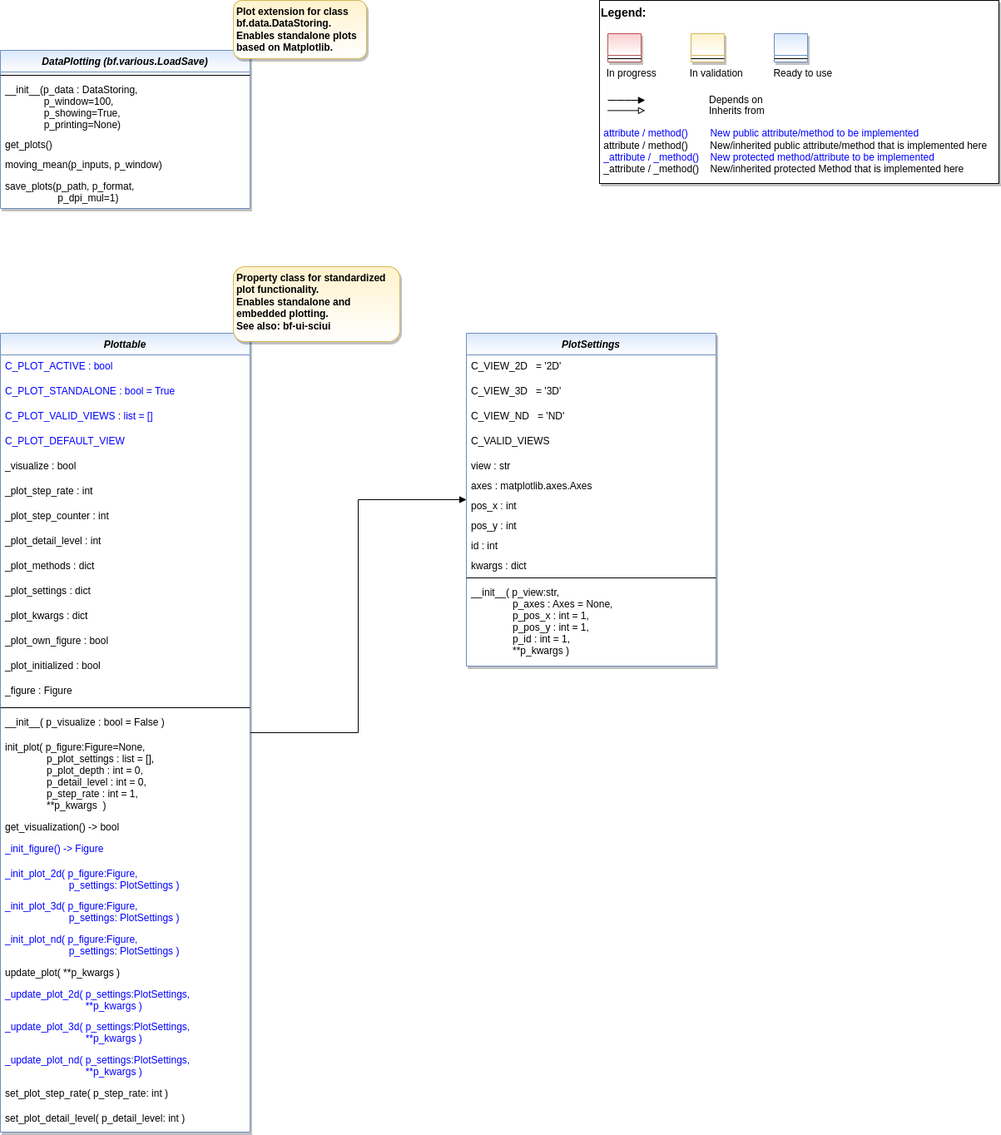
The draw.io diagram doc/rtd/content/append2/core/images/bf/MLPro-BF-Plot_class_diagram.drawio.png in fhswf/MLPro, before a commit. Source tidied: cells renumbered, new cells last; positions are measured from the earlier drawing's top-left corner, leaving out a move shared by most shapes.
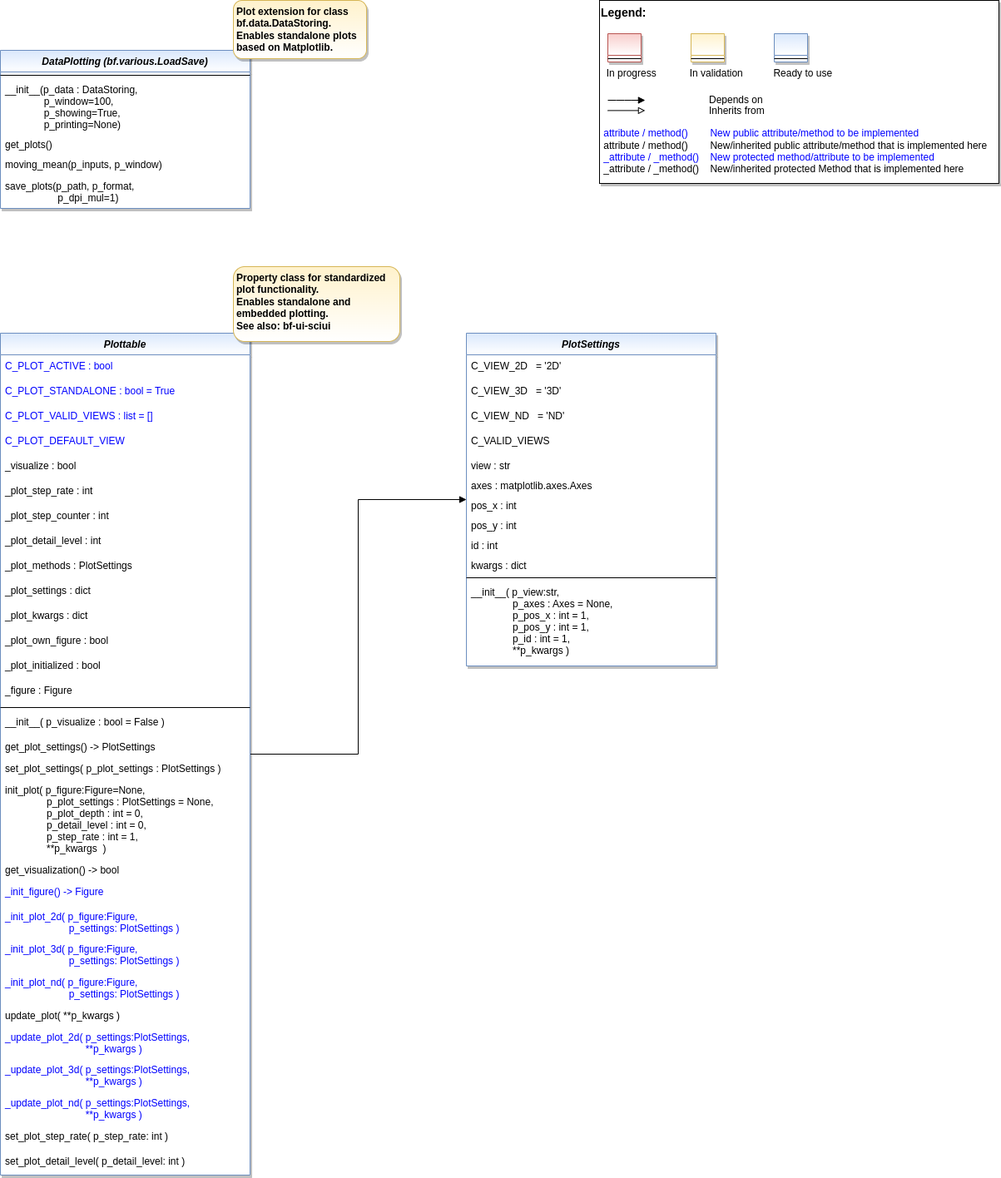
After the change.

The edit, as a diff of the source:
```diff
@@ -6,7 +6,7 @@
       <mxGeometry relative="1" as="geometry" />
     </mxCell>
     <mxCell id="3" value="Plottable" style="swimlane;fontStyle=3;align=center;verticalAlign=top;horizontal=1;startSize=26;rounded=0;shadow=1;strokeWidth=1;fillColor=#dae8fc;strokeColor=#6c8ebf;swimlaneFillColor=#FFFFFF;gradientColor=#FFFFFF;" parent="1" vertex="1">
-      <mxGeometry y="400" width="300" height="960" as="geometry" />
+      <mxGeometry y="400" width="300" height="1012" as="geometry" />
     </mxCell>
     <mxCell id="4" value="C_PLOT_ACTIVE : bool " style="text;align=left;verticalAlign=top;spacingLeft=4;spacingRight=4;overflow=hidden;fontColor=#0000FF;" parent="3" vertex="1">
       <mxGeometry y="26" width="300" height="30" as="geometry" />
@@ -32,7 +32,7 @@
     <mxCell id="11" value="_plot_detail_level : int" style="text;align=left;verticalAlign=top;spacingLeft=4;spacingRight=4;overflow=hidden;fontColor=default;" parent="3" vertex="1">
       <mxGeometry y="236" width="300" height="30" as="geometry" />
     </mxCell>
-    <mxCell id="12" value="_plot_methods : dict" style="text;align=left;verticalAlign=top;spacingLeft=4;spacingRight=4;overflow=hidden;fontColor=default;" parent="3" vertex="1">
+    <mxCell id="12" value="_plot_methods : PlotSettings" style="text;align=left;verticalAlign=top;spacingLeft=4;spacingRight=4;overflow=hidden;fontColor=default;" parent="3" vertex="1">
       <mxGeometry y="266" width="300" height="30" as="geometry" />
     </mxCell>
     <mxCell id="13" value="_plot_settings : dict" style="text;align=left;verticalAlign=top;spacingLeft=4;spacingRight=4;overflow=hidden;fontColor=default;" parent="3" vertex="1">
@@ -56,41 +56,47 @@
     <mxCell id="19" value="__init__( p_visualize : bool = False )" style="text;align=left;verticalAlign=top;spacingLeft=4;spacingRight=4;overflow=hidden;fontColor=default;" parent="3" vertex="1">
       <mxGeometry y="454" width="300" height="30" as="geometry" />
     </mxCell>
+    <mxCell id="63" value="get_plot_settings() -&gt; PlotSettings" style="text;align=left;verticalAlign=top;spacingLeft=4;spacingRight=4;overflow=hidden;fontColor=default;" parent="3" vertex="1">
+      <mxGeometry y="484" width="300" height="26" as="geometry" />
+    </mxCell>
+    <mxCell id="64" value="set_plot_settings( p_plot_settings : PlotSettings )" style="text;align=left;verticalAlign=top;spacingLeft=4;spacingRight=4;overflow=hidden;fontColor=default;" parent="3" vertex="1">
+      <mxGeometry y="510" width="300" height="26" as="geometry" />
+    </mxCell>
-    <mxCell id="20" value="init_plot( p_figure:Figure=None, &#10;               p_plot_settings : list = [],&#10;               p_plot_depth : int = 0,&#10;               p_detail_level : int = 0,&#10;               p_step_rate : int = 1,&#10;               **p_kwargs  )" style="text;align=left;verticalAlign=top;spacingLeft=4;spacingRight=4;overflow=hidden;fontColor=default;" parent="3" vertex="1">
-      <mxGeometry y="484" width="300" height="96" as="geometry" />
+    <mxCell id="20" value="init_plot( p_figure:Figure=None, &#10;               p_plot_settings : PlotSettings = None,&#10;               p_plot_depth : int = 0,&#10;               p_detail_level : int = 0,&#10;               p_step_rate : int = 1,&#10;               **p_kwargs  )" style="text;align=left;verticalAlign=top;spacingLeft=4;spacingRight=4;overflow=hidden;fontColor=default;" parent="3" vertex="1">
+      <mxGeometry y="536" width="300" height="96" as="geometry" />
     </mxCell>
     <mxCell id="21" value="get_visualization() -&gt; bool" style="text;align=left;verticalAlign=top;spacingLeft=4;spacingRight=4;overflow=hidden;fontColor=default;" parent="3" vertex="1">
-      <mxGeometry y="580" width="300" height="26" as="geometry" />
+      <mxGeometry y="632" width="300" height="26" as="geometry" />
     </mxCell>
     <mxCell id="22" value="_init_figure() -&gt; Figure" style="text;align=left;verticalAlign=top;spacingLeft=4;spacingRight=4;overflow=hidden;fontColor=#0000FF;" parent="3" vertex="1">
-      <mxGeometry y="606" width="300" height="30" as="geometry" />
+      <mxGeometry y="658" width="300" height="30" as="geometry" />
     </mxCell>
     <mxCell id="23" value="_init_plot_2d( p_figure:Figure, &#10;                       p_settings: PlotSettings )" style="text;align=left;verticalAlign=top;spacingLeft=4;spacingRight=4;overflow=hidden;fontColor=#0000FF;" parent="3" vertex="1">
-      <mxGeometry y="636" width="300" height="39" as="geometry" />
+      <mxGeometry y="688" width="300" height="39" as="geometry" />
     </mxCell>
     <mxCell id="24" value="_init_plot_3d( p_figure:Figure, &#10;                       p_settings: PlotSettings )" style="text;align=left;verticalAlign=top;spacingLeft=4;spacingRight=4;overflow=hidden;fontColor=#0000FF;" parent="3" vertex="1">
-      <mxGeometry y="675" width="300" height="40" as="geometry" />
+      <mxGeometry y="727" width="300" height="40" as="geometry" />
     </mxCell>
     <mxCell id="25" value="_init_plot_nd( p_figure:Figure, &#10;                       p_settings: PlotSettings )" style="text;align=left;verticalAlign=top;spacingLeft=4;spacingRight=4;overflow=hidden;fontColor=#0000FF;" parent="3" vertex="1">
-      <mxGeometry y="715" width="300" height="40" as="geometry" />
+      <mxGeometry y="767" width="300" height="40" as="geometry" />
     </mxCell>
     <mxCell id="26" value="update_plot( **p_kwargs )" style="text;align=left;verticalAlign=top;spacingLeft=4;spacingRight=4;overflow=hidden;fontColor=default;" parent="3" vertex="1">
-      <mxGeometry y="755" width="300" height="26" as="geometry" />
+      <mxGeometry y="807" width="300" height="26" as="geometry" />
     </mxCell>
     <mxCell id="27" value="_update_plot_2d( p_settings:PlotSettings,&#10;                             **p_kwargs )" style="text;align=left;verticalAlign=top;spacingLeft=4;spacingRight=4;overflow=hidden;fontColor=#0000FF;" parent="3" vertex="1">
-      <mxGeometry y="781" width="300" height="39" as="geometry" />
+      <mxGeometry y="833" width="300" height="39" as="geometry" />
     </mxCell>
     <mxCell id="28" value="_update_plot_3d( p_settings:PlotSettings,&#10;                             **p_kwargs )" style="text;align=left;verticalAlign=top;spacingLeft=4;spacingRight=4;overflow=hidden;fontColor=#0000FF;" parent="3" vertex="1">
-      <mxGeometry y="820" width="300" height="40" as="geometry" />
+      <mxGeometry y="872" width="300" height="40" as="geometry" />
     </mxCell>
     <mxCell id="29" value="_update_plot_nd( p_settings:PlotSettings,&#10;                             **p_kwargs )" style="text;align=left;verticalAlign=top;spacingLeft=4;spacingRight=4;overflow=hidden;fontColor=#0000FF;" parent="3" vertex="1">
-      <mxGeometry y="860" width="300" height="40" as="geometry" />
+      <mxGeometry y="912" width="300" height="40" as="geometry" />
     </mxCell>
     <mxCell id="30" value="set_plot_step_rate( p_step_rate: int )" style="text;align=left;verticalAlign=top;spacingLeft=4;spacingRight=4;overflow=hidden;fontColor=default;" parent="3" vertex="1">
-      <mxGeometry y="900" width="300" height="30" as="geometry" />
+      <mxGeometry y="952" width="300" height="30" as="geometry" />
     </mxCell>
     <mxCell id="31" value="set_plot_detail_level( p_detail_level: int )" style="text;align=left;verticalAlign=top;spacingLeft=4;spacingRight=4;overflow=hidden;fontColor=default;" parent="3" vertex="1">
-      <mxGeometry y="930" width="300" height="30" as="geometry" />
+      <mxGeometry y="982" width="300" height="30" as="geometry" />
     </mxCell>
     <mxCell id="32" style="group;" parent="1" vertex="1">
       <mxGeometry x="720" width="480" height="220" as="geometry" />
```
